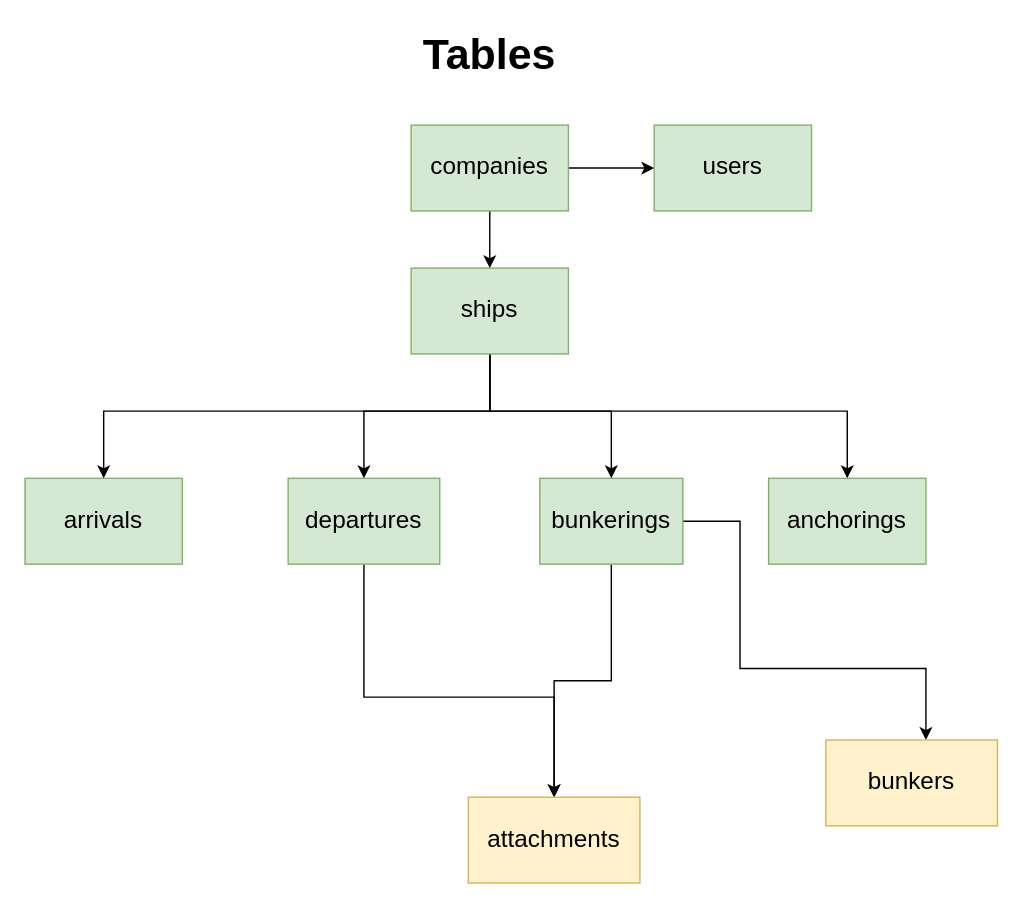
The draw.io diagram page "Main Structure" (1 of 4) of mrvtool.drawio in dagistan-tuncbilek/tasarimlar, before the edit. Source tidied: cells renumbered, new cells numbered last; positions are measured from the earlier drawing's top-left corner, leaving out a move shared by most shapes. Both pictures are drawn from the tidied source at 143%, with x=0, y=0 at pixel (24, 24).
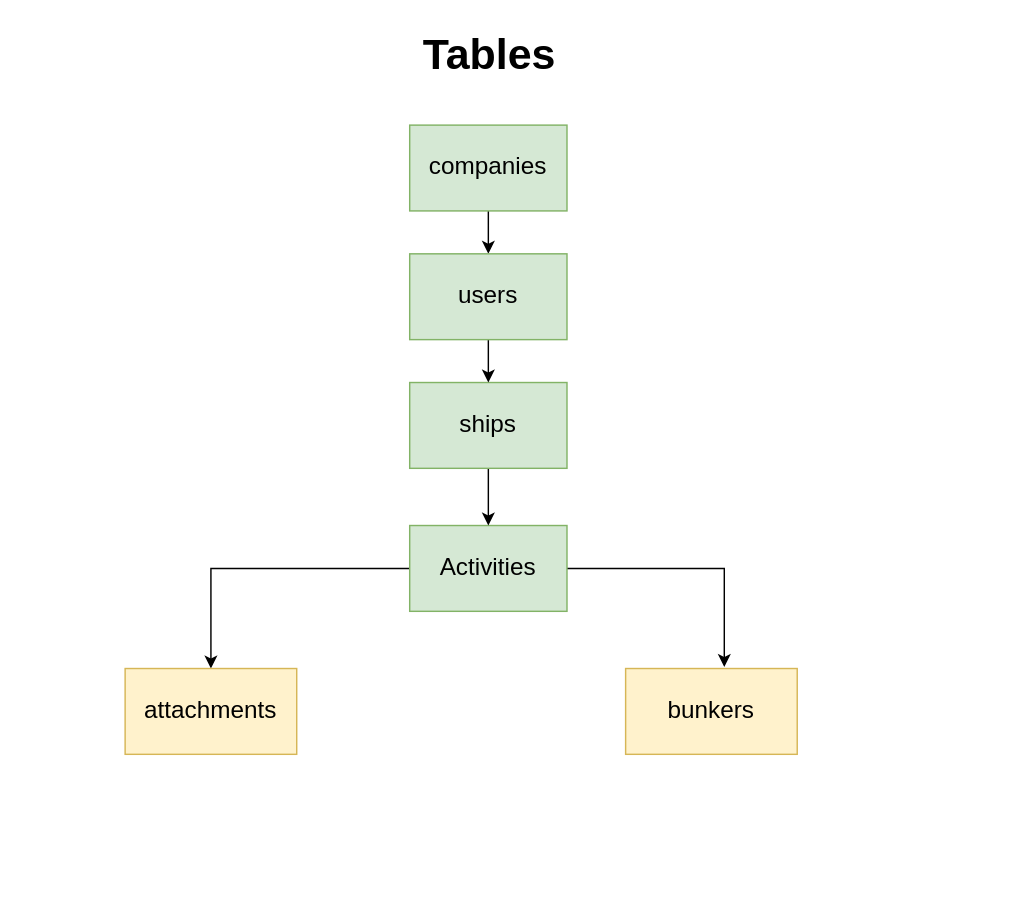
Above is the later version.

What changed in the source:
```diff
@@
+    <mxCell id="21" style="edgeStyle=orthogonalEdgeStyle;rounded=0;jettySize=auto;html=1;entryX=0.5;entryY=0;entryDx=0;entryDy=0;" parent="1" edge="1" source="2" target="11">
+      <mxGeometry relative="1" as="geometry" />
+    </mxCell>
+    <mxCell id="22" style="edgeStyle=orthogonalEdgeStyle;rounded=0;jettySize=auto;html=1;entryX=0.575;entryY=-0.017;entryDx=0;entryDy=0;entryPerimeter=0;" parent="1" edge="1" source="2" target="10">
+      <mxGeometry relative="1" as="geometry" />
+    </mxCell>
-    <mxCell id="2" value="&lt;div style=&quot;font-size: 17px&quot;&gt;arrivals&lt;br style=&quot;font-size: 17px&quot;&gt;&lt;/div&gt;" style="rounded=0;whiteSpace=wrap;html=1;fontSize=17;fillColor=#d5e8d4;strokeColor=#82b366;" parent="1" vertex="1">
-      <mxGeometry y="317" width="110" height="60" as="geometry" />
+    <mxCell id="2" value="Activities" style="rounded=0;whiteSpace=wrap;html=1;fontSize=17;fillColor=#d5e8d4;strokeColor=#82b366;" parent="1" vertex="1">
+      <mxGeometry x="269" y="350" width="110" height="60" as="geometry" />
     </mxCell>
@@
-    <mxCell id="4" style="edgeStyle=orthogonalEdgeStyle;rounded=0;jettySize=auto;html=1;entryX=0.5;entryY=0;entryDx=0;entryDy=0;" parent="1" edge="1" source="5" target="11">
-      <mxGeometry relative="1" as="geometry">
-        <Array as="points">
-          <mxPoint x="237" y="470" />
-          <mxPoint x="370" y="470" />
-        </Array>
-      </mxGeometry>
-    </mxCell>
-    <mxCell id="5" value="departures" style="rounded=0;whiteSpace=wrap;html=1;fontSize=17;fillColor=#d5e8d4;strokeColor=#82b366;" parent="1" vertex="1">
-      <mxGeometry x="184" y="317" width="106" height="60" as="geometry" />
-    </mxCell>
-    <mxCell id="6" style="edgeStyle=orthogonalEdgeStyle;rounded=0;jettySize=auto;html=1;entryX=0.5;entryY=0;entryDx=0;entryDy=0;" parent="1" edge="1" source="8" target="11">
-      <mxGeometry relative="1" as="geometry" />
-    </mxCell>
-    <mxCell id="7" style="edgeStyle=orthogonalEdgeStyle;rounded=0;jettySize=auto;html=1;exitX=1;exitY=0.5;exitDx=0;exitDy=0;" parent="1" edge="1" source="8">
-      <mxGeometry relative="1" as="geometry">
-        <mxPoint x="630" y="500" as="targetPoint" />
-        <Array as="points">
-          <mxPoint x="500" y="347" />
-          <mxPoint x="500" y="450" />
-          <mxPoint x="630" y="450" />
-        </Array>
-      </mxGeometry>
-    </mxCell>
-    <mxCell id="8" value="bunkerings" style="rounded=0;whiteSpace=wrap;html=1;fontSize=17;fillColor=#d5e8d4;strokeColor=#82b366;" parent="1" vertex="1">
-      <mxGeometry x="360" y="317" width="100" height="60" as="geometry" />
-    </mxCell>
-    <mxCell id="9" value="anchorings" style="rounded=0;whiteSpace=wrap;html=1;fontSize=17;fillColor=#d5e8d4;strokeColor=#82b366;" parent="1" vertex="1">
-      <mxGeometry x="520" y="317" width="110" height="60" as="geometry" />
-    </mxCell>
     <mxCell id="10" value="bunkers" style="rounded=0;whiteSpace=wrap;html=1;fontSize=17;fillColor=#fff2cc;strokeColor=#d6b656;" parent="1" vertex="1">
-      <mxGeometry x="560" y="500" width="120" height="60" as="geometry" />
+      <mxGeometry x="420" y="450" width="120" height="60" as="geometry" />
     </mxCell>
     <mxCell id="11" value="attachments" style="rounded=0;whiteSpace=wrap;html=1;fontSize=17;fillColor=#fff2cc;strokeColor=#d6b656;" parent="1" vertex="1">
-      <mxGeometry x="310" y="540" width="120" height="60" as="geometry" />
+      <mxGeometry x="70" y="450" width="120" height="60" as="geometry" />
     </mxCell>
     <mxCell id="12" style="edgeStyle=orthogonalEdgeStyle;rounded=0;jettySize=auto;html=1;fontSize=17;" parent="1" edge="1" source="16" target="2">
       <mxGeometry relative="1" as="geometry">
         <Array as="points">
-          <mxPoint x="325" y="270" />
-          <mxPoint x="55" y="270" />
+          <mxPoint x="325" y="300" />
+          <mxPoint x="325" y="300" />
         </Array>
       </mxGeometry>
     </mxCell>
-    <mxCell id="13" style="edgeStyle=orthogonalEdgeStyle;rounded=0;jettySize=auto;html=1;entryX=0.5;entryY=0;entryDx=0;entryDy=0;fontSize=17;" parent="1" edge="1" source="16" target="5">
-      <mxGeometry relative="1" as="geometry">
-        <Array as="points">
-          <mxPoint x="325" y="270" />
-          <mxPoint x="237" y="270" />
-        </Array>
-      </mxGeometry>
-    </mxCell>
-    <mxCell id="14" style="edgeStyle=orthogonalEdgeStyle;rounded=0;jettySize=auto;html=1;entryX=0.5;entryY=0;entryDx=0;entryDy=0;fontSize=17;" parent="1" edge="1" source="16" target="8">
-      <mxGeometry relative="1" as="geometry">
-        <Array as="points">
-          <mxPoint x="325" y="270" />
-          <mxPoint x="410" y="270" />
-        </Array>
-      </mxGeometry>
-    </mxCell>
-    <mxCell id="15" style="edgeStyle=orthogonalEdgeStyle;rounded=0;jettySize=auto;html=1;fontSize=17;" parent="1" edge="1" source="16" target="9">
-      <mxGeometry relative="1" as="geometry">
-        <Array as="points">
-          <mxPoint x="325" y="270" />
-          <mxPoint x="575" y="270" />
-        </Array>
-      </mxGeometry>
-    </mxCell>
     <mxCell id="16" value="ships" style="rounded=0;whiteSpace=wrap;html=1;fontSize=17;fillColor=#d5e8d4;strokeColor=#82b366;" parent="1" vertex="1">
-      <mxGeometry x="270" y="170" width="110" height="60" as="geometry" />
+      <mxGeometry x="269" y="250" width="110" height="60" as="geometry" />
     </mxCell>
-    <mxCell id="17" style="edgeStyle=orthogonalEdgeStyle;rounded=0;jettySize=auto;html=1;fontSize=17;" parent="1" edge="1" source="19" target="16">
-      <mxGeometry relative="1" as="geometry" />
-    </mxCell>
-    <mxCell id="18" style="edgeStyle=orthogonalEdgeStyle;rounded=0;jettySize=auto;html=1;fontSize=17;" parent="1" edge="1" source="19">
-      <mxGeometry relative="1" as="geometry">
-        <mxPoint x="440" y="100" as="targetPoint" />
-      </mxGeometry>
-    </mxCell>
+    <mxCell id="23" style="edgeStyle=orthogonalEdgeStyle;rounded=0;jettySize=auto;html=1;" parent="1" edge="1" source="19" target="20">
+      <mxGeometry relative="1" as="geometry" />
+    </mxCell>
     <mxCell id="19" value="companies" style="rounded=0;whiteSpace=wrap;html=1;fontSize=17;fillColor=#d5e8d4;strokeColor=#82b366;" parent="1" vertex="1">
-      <mxGeometry x="270" y="70" width="110" height="60" as="geometry" />
+      <mxGeometry x="269" y="70" width="110" height="60" as="geometry" />
     </mxCell>
+    <mxCell id="24" style="edgeStyle=orthogonalEdgeStyle;rounded=0;jettySize=auto;html=1;" parent="1" edge="1" source="20" target="16">
+      <mxGeometry relative="1" as="geometry" />
+    </mxCell>
     <mxCell id="20" value="users" style="rounded=0;whiteSpace=wrap;html=1;fontSize=17;fillColor=#d5e8d4;strokeColor=#82b366;" parent="1" vertex="1">
-      <mxGeometry x="440" y="70" width="110" height="60" as="geometry" />
+      <mxGeometry x="269" y="160" width="110" height="60" as="geometry" />
     </mxCell>
```
